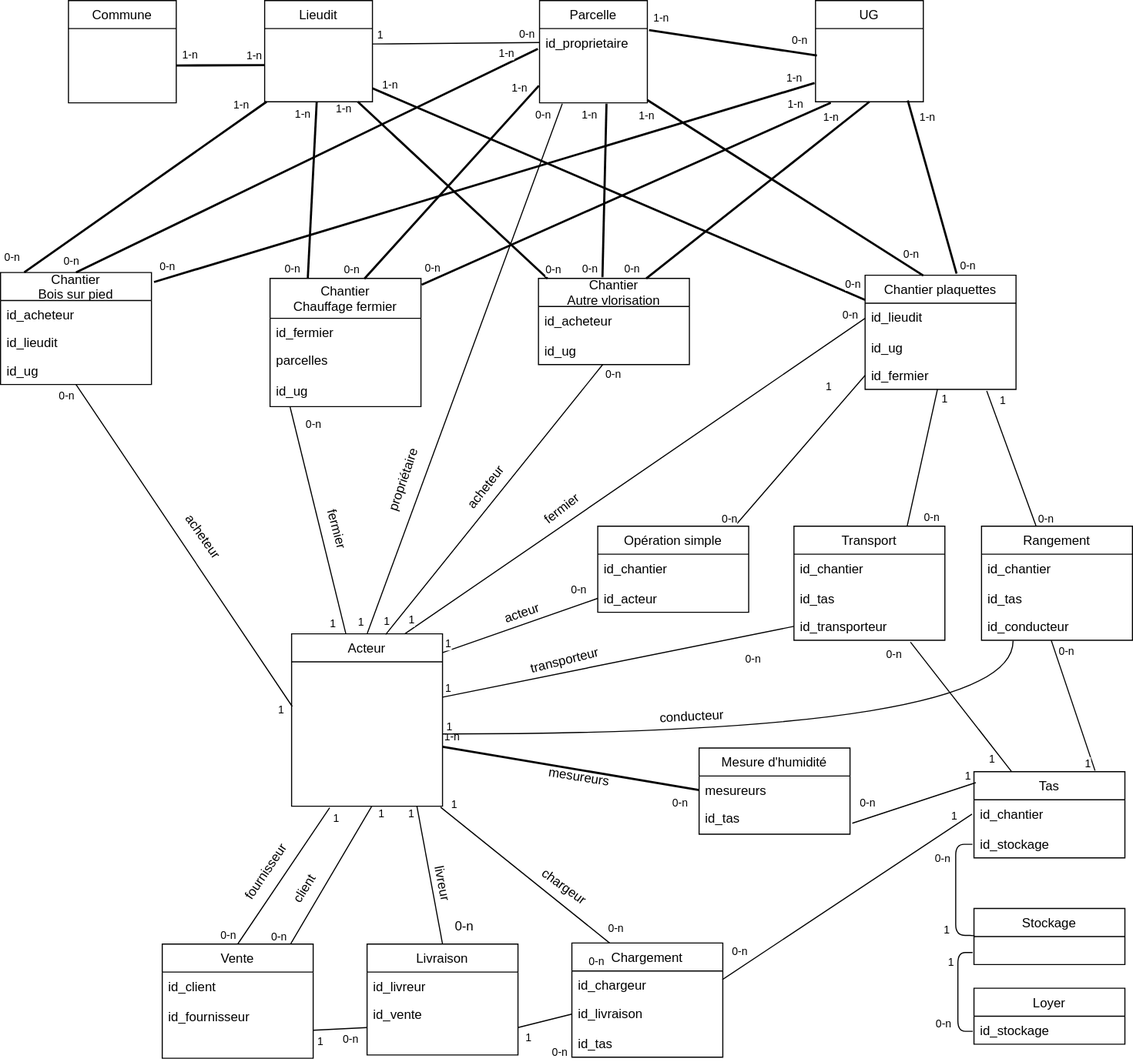
Earlier version of the draw.io export docs/mcd-bdl.svg (bdlarzac/chantiers). Source tidied: cells renumbered, new cells last; positions are measured from the earlier drawing's top-left corner, leaving out a move shared by most shapes.
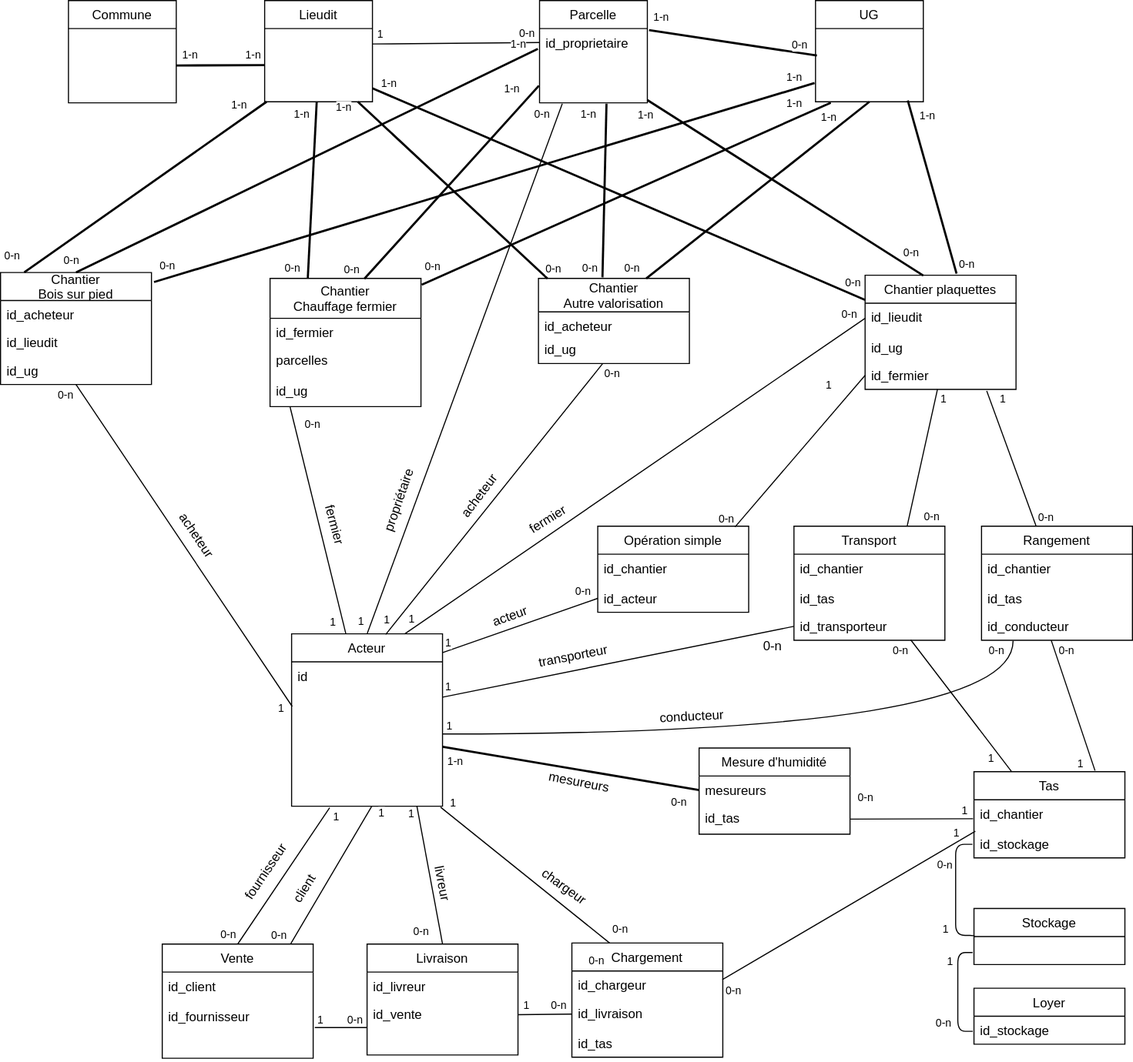
Above is the later version.

What changed in the source:
```diff
@@ -19,17 +19,16 @@
     </mxCell>
+    <mxCell id="183" value="id" style="text;strokeColor=none;fillColor=none;align=left;verticalAlign=top;spacingLeft=4;spacingRight=4;overflow=hidden;points=[[0,0.5],[1,0.5]];portConstraint=eastwest;" parent="6" vertex="1">
+      <mxGeometry y="26" width="140" height="134" as="geometry" />
+    </mxCell>
-    <mxCell id="7" value="0-n" style="text;html=1;align=center;verticalAlign=middle;" parent="1" vertex="1">
-      <mxGeometry x="415" y="850" width="30" height="20" as="geometry" />
+    <mxCell id="7" value="0-n" style="text;html=1;align=center;verticalAlign=middle;fontSize=10;" parent="1" vertex="1">
+      <mxGeometry x="377" y="856" width="25" height="16" as="geometry" />
     </mxCell>
-    <mxCell id="8" style="endArrow=none;html=1;rounded=0;exitX=1.002;exitY=0.244;exitDx=0;exitDy=0;exitPerimeter=0;entryX=0;entryY=0.5;entryDx=0;entryDy=0;" parent="1" edge="1" target="173">
-      <mxGeometry relative="1" as="geometry">
-        <mxPoint x="410.3" y="646.7" as="sourcePoint" />
-      </mxGeometry>
+    <mxCell id="8" style="endArrow=none;html=1;rounded=0;exitX=1.002;exitY=0.244;exitDx=0;exitDy=0;exitPerimeter=0;entryX=0;entryY=0.5;entryDx=0;entryDy=0;" parent="1" edge="1" source="183" target="173">
+      <mxGeometry relative="1" as="geometry" />
     </mxCell>
-    <mxCell id="9" value="0-n" style="text;html=1;align=center;verticalAlign=middle;fontSize=10;" parent="1" vertex="1">
-      <mxGeometry x="685" y="603" width="25" height="16" as="geometry" />
+    <mxCell id="9" value="0-n" style="text;html=1;align=center;verticalAlign=middle;" parent="1" vertex="1">
+      <mxGeometry x="701" y="590" width="30" height="20" as="geometry" />
     </mxCell>
-    <mxCell id="10" style="endArrow=none;html=1;rounded=0;entryX=0.5;entryY=0;entryDx=0;entryDy=0;exitX=0.83;exitY=0.999;exitDx=0;exitDy=0;exitPerimeter=0;" parent="1" edge="1" target="109">
-      <mxGeometry relative="1" as="geometry">
-        <mxPoint x="386.2" y="747.9" as="sourcePoint" />
-      </mxGeometry>
+    <mxCell id="10" style="endArrow=none;html=1;rounded=0;entryX=0.5;entryY=0;entryDx=0;entryDy=0;exitX=0.83;exitY=0.999;exitDx=0;exitDy=0;exitPerimeter=0;" parent="1" edge="1" source="183" target="109">
+      <mxGeometry relative="1" as="geometry" />
     </mxCell>
@@ -50,3 +49,3 @@
       <mxGeometry x="-1" relative="1" as="geometry">
-        <mxPoint x="-36.6" y="20.6" as="offset" />
+        <mxPoint x="-34.6" y="27.6" as="offset" />
       </mxGeometry>
@@ -58,4 +57,6 @@
     </mxCell>
-    <mxCell id="15" style="endArrow=none;html=1;strokeWidth=1;entryX=1.015;entryY=0.636;entryDx=0;entryDy=0;exitX=0.012;exitY=0.127;exitDx=0;exitDy=0;exitPerimeter=0;entryPerimeter=0;" parent="1" edge="1" source="174" target="182">
-      <mxGeometry relative="1" as="geometry" />
+    <mxCell id="15" style="endArrow=none;html=1;strokeWidth=1;entryX=1;entryY=0.5;entryDx=0;entryDy=0;exitX=-0.006;exitY=0.678;exitDx=0;exitDy=0;exitPerimeter=0;" parent="1" edge="1" target="182">
+      <mxGeometry relative="1" as="geometry">
+        <mxPoint x="902.2" y="759.6" as="sourcePoint" />
+      </mxGeometry>
     </mxCell>
@@ -100,3 +101,3 @@
       <mxGeometry x="1" relative="1" as="geometry">
-        <mxPoint x="-10.2" as="offset" />
+        <mxPoint x="-5.7" y="1.9" as="offset" />
       </mxGeometry>
@@ -129,6 +130,4 @@
     </mxCell>
-    <mxCell id="30" style="endArrow=none;html=1;entryX=0.5;entryY=1;entryDx=0;entryDy=0;exitX=0.004;exitY=0.309;exitDx=0;exitDy=0;exitPerimeter=0;" parent="1" edge="1" target="48">
-      <mxGeometry relative="1" as="geometry">
-        <mxPoint x="270.6" y="655.4" as="sourcePoint" />
-      </mxGeometry>
+    <mxCell id="30" style="endArrow=none;html=1;entryX=0.5;entryY=1;entryDx=0;entryDy=0;exitX=0.004;exitY=0.309;exitDx=0;exitDy=0;exitPerimeter=0;" parent="1" edge="1" source="183" target="48">
+      <mxGeometry relative="1" as="geometry" />
     </mxCell>
@@ -253,9 +252,7 @@
       <mxGeometry x="1" relative="1" as="geometry">
-        <mxPoint x="-10.3" y="9.8" as="offset" />
+        <mxPoint x="-16.5" y="11.3" as="offset" />
       </mxGeometry>
     </mxCell>
-    <mxCell id="58" style="endArrow=none;html=1;strokeWidth=2;entryX=0;entryY=0.5;entryDx=0;entryDy=0;" parent="1" edge="1" target="181">
-      <mxGeometry relative="1" as="geometry">
-        <mxPoint x="410" y="692.8" as="sourcePoint" />
-      </mxGeometry>
+    <mxCell id="58" style="endArrow=none;html=1;strokeWidth=2;entryX=0;entryY=0.5;entryDx=0;entryDy=0;" parent="1" edge="1" source="183" target="181">
+      <mxGeometry relative="1" as="geometry" />
     </mxCell>
@@ -263,3 +260,3 @@
       <mxGeometry x="-1" relative="1" as="geometry">
-        <mxPoint y="-2" as="offset" />
+        <mxPoint x="3" y="22.2" as="offset" />
       </mxGeometry>
@@ -271,3 +268,3 @@
     </mxCell>
-    <mxCell id="61" style="endArrow=none;html=1;strokeWidth=1;entryX=0.911;entryY=-0.006;entryDx=0;entryDy=0;entryPerimeter=0;exitX=0;exitY=0.5;exitDx=0;exitDy=0;" parent="1" edge="1" source="118" target="167">
+    <mxCell id="61" style="endArrow=none;html=1;strokeWidth=1;entryX=0.91;entryY=0.008;entryDx=0;entryDy=0;entryPerimeter=0;exitX=0;exitY=0.5;exitDx=0;exitDy=0;" parent="1" edge="1" source="118" target="167">
       <mxGeometry relative="1" as="geometry" />
@@ -276,3 +273,3 @@
       <mxGeometry x="1" relative="1" as="geometry">
-        <mxPoint x="2.6" y="0.6" as="offset" />
+        <mxPoint x="0.6" y="0.6" as="offset" />
       </mxGeometry>
@@ -310,3 +307,3 @@
     </mxCell>
-    <mxCell id="70" style="endArrow=none;html=1;strokeWidth=1;entryX=0.25;entryY=0;entryDx=0;entryDy=0;exitX=0.772;exitY=1.062;exitDx=0;exitDy=0;exitPerimeter=0;" parent="1" edge="1" source="173" target="174">
+    <mxCell id="70" style="endArrow=none;html=1;strokeWidth=1;entryX=0.25;entryY=0;entryDx=0;entryDy=0;exitX=0.774;exitY=0.985;exitDx=0;exitDy=0;exitPerimeter=0;" parent="1" edge="1" source="173" target="174">
       <mxGeometry relative="1" as="geometry" />
@@ -320,3 +317,3 @@
       <mxGeometry x="-1" relative="1" as="geometry">
-        <mxPoint x="-24.1" y="19.4" as="offset" />
+        <mxPoint x="-18.4" y="18.4" as="offset" />
       </mxGeometry>
@@ -333,6 +330,6 @@
       <mxGeometry x="1" relative="1" as="geometry">
-        <mxPoint x="-3" y="1" as="offset" />
+        <mxPoint x="-9.3" y="2" as="offset" />
       </mxGeometry>
     </mxCell>
-    <mxCell id="76" style="endArrow=none;html=1;strokeWidth=1;exitX=0.997;exitY=0.309;exitDx=0;exitDy=0;entryX=-0.013;entryY=0.476;entryDx=0;entryDy=0;entryPerimeter=0;exitPerimeter=0;" parent="1" edge="1" target="175">
+    <mxCell id="76" style="endArrow=none;html=1;strokeWidth=1;exitX=0.997;exitY=0.309;exitDx=0;exitDy=0;entryX=0.009;entryY=1.044;entryDx=0;entryDy=0;entryPerimeter=0;exitPerimeter=0;" parent="1" edge="1" target="175">
       <mxGeometry relative="1" as="geometry">
@@ -343,3 +340,3 @@
       <mxGeometry x="-1" relative="1" as="geometry">
-        <mxPoint x="7.4" y="-18" as="offset" />
+        <mxPoint x="1.2" y="18.9" as="offset" />
       </mxGeometry>
@@ -348,6 +345,6 @@
       <mxGeometry x="1" relative="1" as="geometry">
-        <mxPoint x="-13.1" y="9.7" as="offset" />
+        <mxPoint x="-13.5" y="9.9" as="offset" />
       </mxGeometry>
     </mxCell>
-    <mxCell id="79" style="endArrow=none;html=1;strokeWidth=1;entryX=1;entryY=0.5;entryDx=0;entryDy=0;exitX=0;exitY=0.5;exitDx=0;exitDy=0;" parent="1" edge="1" source="107" target="111">
+    <mxCell id="79" style="endArrow=none;html=1;strokeWidth=1;entryX=1.002;entryY=0.265;entryDx=0;entryDy=0;exitX=0;exitY=0.5;exitDx=0;exitDy=0;entryPerimeter=0;" parent="1" edge="1" source="107" target="111">
       <mxGeometry relative="1" as="geometry" />
@@ -356,3 +353,3 @@
       <mxGeometry x="-1" relative="1" as="geometry">
-        <mxPoint x="32" y="-72" as="offset" />
+        <mxPoint x="36" y="-70" as="offset" />
       </mxGeometry>
@@ -361,6 +358,6 @@
       <mxGeometry x="1" relative="1" as="geometry">
-        <mxPoint x="13.3" y="17" as="offset" />
+        <mxPoint x="10.7" y="0.5" as="offset" />
       </mxGeometry>
     </mxCell>
-    <mxCell id="82" style="endArrow=none;html=1;strokeWidth=1;exitX=0;exitY=0.5;exitDx=0;exitDy=0;entryX=1;entryY=0.5;entryDx=0;entryDy=0;" parent="1" edge="1" source="111" target="114">
+    <mxCell id="82" style="endArrow=none;html=1;strokeWidth=1;exitX=0;exitY=0.5;exitDx=0;exitDy=0;entryX=1.011;entryY=0.452;entryDx=0;entryDy=0;entryPerimeter=0;" parent="1" edge="1" source="111" target="114">
       <mxGeometry relative="1" as="geometry" />
@@ -369,3 +366,3 @@
       <mxGeometry x="-1" relative="1" as="geometry">
-        <mxPoint x="-24" y="18" as="offset" />
+        <mxPoint x="-20" y="1.5" as="offset" />
       </mxGeometry>
@@ -374,9 +371,7 @@
       <mxGeometry x="1" relative="1" as="geometry">
-        <mxPoint x="10.3" y="18" as="offset" />
+        <mxPoint x="9.3" y="1.5" as="offset" />
       </mxGeometry>
     </mxCell>
-    <mxCell id="85" style="endArrow=none;html=1;strokeWidth=1;exitX=0.25;exitY=0;exitDx=0;exitDy=0;entryX=0.987;entryY=1.007;entryDx=0;entryDy=0;entryPerimeter=0;" parent="1" edge="1" source="105">
-      <mxGeometry relative="1" as="geometry">
-        <mxPoint x="408.2" y="748.9" as="targetPoint" />
-      </mxGeometry>
+    <mxCell id="85" style="endArrow=none;html=1;strokeWidth=1;exitX=0.25;exitY=0;exitDx=0;exitDy=0;entryX=0.987;entryY=1.007;entryDx=0;entryDy=0;entryPerimeter=0;" parent="1" edge="1" source="105" target="183">
+      <mxGeometry relative="1" as="geometry" />
     </mxCell>
@@ -392,6 +387,4 @@
     </mxCell>
-    <mxCell id="88" style="endArrow=none;html=1;strokeWidth=1;entryX=0.5;entryY=0;entryDx=0;entryDy=0;exitX=0.252;exitY=1.011;exitDx=0;exitDy=0;exitPerimeter=0;" parent="1" edge="1" target="112">
-      <mxGeometry relative="1" as="geometry">
-        <mxPoint x="305.3" y="749.5" as="sourcePoint" />
-      </mxGeometry>
+    <mxCell id="88" style="endArrow=none;html=1;strokeWidth=1;entryX=0.5;entryY=0;entryDx=0;entryDy=0;exitX=0.252;exitY=1.011;exitDx=0;exitDy=0;exitPerimeter=0;" parent="1" edge="1" source="183" target="112">
+      <mxGeometry relative="1" as="geometry" />
     </mxCell>
@@ -407,5 +400,4 @@
     </mxCell>
-    <mxCell id="91" style="endArrow=none;html=1;strokeWidth=1;exitX=1;exitY=0.5;exitDx=0;exitDy=0;entryX=0.209;entryY=1.022;entryDx=0;entryDy=0;edgeStyle=orthogonalEdgeStyle;curved=1;entryPerimeter=0;" parent="1" edge="1" target="104">
+    <mxCell id="91" style="endArrow=none;html=1;strokeWidth=1;exitX=1;exitY=0.5;exitDx=0;exitDy=0;entryX=0.209;entryY=1.022;entryDx=0;entryDy=0;edgeStyle=orthogonalEdgeStyle;curved=1;entryPerimeter=0;" parent="1" edge="1" source="183" target="104">
       <mxGeometry relative="1" as="geometry">
-        <mxPoint x="410" y="681" as="sourcePoint" />
         <Array as="points">
@@ -415,6 +407,4 @@
     </mxCell>
-    <mxCell id="92" style="endArrow=none;html=1;strokeWidth=1;entryX=0.852;entryY=-0.004;entryDx=0;entryDy=0;exitX=0.532;exitY=0.999;exitDx=0;exitDy=0;exitPerimeter=0;entryPerimeter=0;" parent="1" edge="1" target="112">
-      <mxGeometry relative="1" as="geometry">
-        <mxPoint x="344.5" y="747.9" as="sourcePoint" />
-      </mxGeometry>
+    <mxCell id="92" style="endArrow=none;html=1;strokeWidth=1;entryX=0.852;entryY=-0.004;entryDx=0;entryDy=0;exitX=0.532;exitY=0.999;exitDx=0;exitDy=0;exitPerimeter=0;entryPerimeter=0;" parent="1" edge="1" source="183" target="112">
+      <mxGeometry relative="1" as="geometry" />
     </mxCell>
@@ -452,3 +442,3 @@
     <mxCell id="100" value="0-n" style="html=1;align=left;verticalAlign=bottom;labelBackgroundColor=#ffffff;fontSize=10;" parent="1" vertex="1">
-      <mxGeometry x="509" y="970" as="geometry">
+      <mxGeometry x="508" y="928" as="geometry">
         <mxPoint x="1" y="14" as="offset" />
@@ -522,3 +512,3 @@
       <mxGeometry x="1" relative="1" as="geometry">
-        <mxPoint x="-9.1" y="-6.1" as="offset" />
+        <mxPoint x="-8" y="-2" as="offset" />
       </mxGeometry>
@@ -541,4 +531,4 @@
     </mxCell>
-    <mxCell id="125" value="mesureurs" style="text;html=1;strokeColor=none;fillColor=none;align=center;verticalAlign=middle;whiteSpace=wrap;rounded=0;rotation=9;" parent="1" vertex="1">
-      <mxGeometry x="504" y="711" width="66" height="20" as="geometry" />
+    <mxCell id="125" value="mesureurs" style="text;html=1;strokeColor=none;fillColor=none;align=center;verticalAlign=middle;whiteSpace=wrap;rounded=0;rotation=11;" parent="1" vertex="1">
+      <mxGeometry x="504" y="716" width="66" height="20" as="geometry" />
     </mxCell>
@@ -556,7 +546,7 @@
     </mxCell>
-    <mxCell id="130" value="acheteur" style="text;html=1;strokeColor=none;fillColor=none;align=center;verticalAlign=middle;whiteSpace=wrap;rounded=0;rotation=55;" parent="1" vertex="1">
-      <mxGeometry x="155" y="488" width="66" height="20" as="geometry" />
+    <mxCell id="130" value="acheteur" style="text;html=1;strokeColor=none;fillColor=none;align=center;verticalAlign=middle;whiteSpace=wrap;rounded=0;rotation=56;" parent="1" vertex="1">
+      <mxGeometry x="149" y="487" width="66" height="20" as="geometry" />
     </mxCell>
     <mxCell id="131" value="fermier" style="text;html=1;strokeColor=none;fillColor=none;align=center;verticalAlign=middle;whiteSpace=wrap;rounded=0;rotation=75;" parent="1" vertex="1">
-      <mxGeometry x="279" y="481" width="66" height="20" as="geometry" />
+      <mxGeometry x="277" y="477" width="66" height="20" as="geometry" />
     </mxCell>
@@ -565,25 +555,25 @@
     </mxCell>
-    <mxCell id="133" value="transporteur" style="text;html=1;strokeColor=none;fillColor=none;align=center;verticalAlign=middle;whiteSpace=wrap;rounded=0;rotation=346;" parent="1" vertex="1">
-      <mxGeometry x="493" y="603" width="61" height="20" as="geometry" />
+    <mxCell id="133" value="transporteur" style="text;html=1;strokeColor=none;fillColor=none;align=center;verticalAlign=middle;whiteSpace=wrap;rounded=0;rotation=349;" parent="1" vertex="1">
+      <mxGeometry x="501" y="599" width="61" height="20" as="geometry" />
     </mxCell>
-    <mxCell id="134" value="Chantier&#10;Autre vlorisation" style="swimlane;fontStyle=0;horizontal=1;startSize=26;fillColor=none;" parent="1" vertex="1">
-      <mxGeometry x="499" y="258" width="140" height="80" as="geometry" />
+    <mxCell id="134" value="Chantier&#10;Autre valorisation" style="swimlane;fontStyle=0;horizontal=1;startSize=31;fillColor=none;" parent="1" vertex="1">
+      <mxGeometry x="499" y="258" width="140" height="79" as="geometry" />
     </mxCell>
     <mxCell id="135" value="id_acheteur" style="text;strokeColor=none;fillColor=none;align=left;verticalAlign=top;spacingLeft=4;spacingRight=4;overflow=hidden;" parent="134" vertex="1">
-      <mxGeometry y="26" width="140" height="28" as="geometry" />
+      <mxGeometry y="31" width="140" height="22" as="geometry" />
     </mxCell>
     <mxCell id="136" value="id_ug" style="text;strokeColor=none;fillColor=none;align=left;verticalAlign=top;spacingLeft=4;spacingRight=4;overflow=hidden;points=[[0,0.5],[1,0.5]];portConstraint=eastwest;" parent="134" vertex="1">
-      <mxGeometry y="54" width="140" height="26" as="geometry" />
+      <mxGeometry y="53" width="140" height="26" as="geometry" />
     </mxCell>
-    <mxCell id="137" value="acheteur" style="text;html=1;strokeColor=none;fillColor=none;align=center;verticalAlign=middle;whiteSpace=wrap;rounded=0;rotation=308;" parent="1" vertex="1">
-      <mxGeometry x="422" y="442" width="57" height="20" as="geometry" />
+    <mxCell id="137" value="acheteur" style="text;html=1;strokeColor=none;fillColor=none;align=center;verticalAlign=middle;whiteSpace=wrap;rounded=0;rotation=307;" parent="1" vertex="1">
+      <mxGeometry x="416" y="450" width="57" height="20" as="geometry" />
     </mxCell>
-    <mxCell id="138" value="fermier" style="text;html=1;strokeColor=none;fillColor=none;align=center;verticalAlign=middle;whiteSpace=wrap;rounded=0;rotation=322;" parent="1" vertex="1">
-      <mxGeometry x="488" y="462" width="66" height="20" as="geometry" />
+    <mxCell id="138" value="fermier" style="text;html=1;strokeColor=none;fillColor=none;align=center;verticalAlign=middle;whiteSpace=wrap;rounded=0;rotation=328;" parent="1" vertex="1">
+      <mxGeometry x="475" y="472" width="66" height="20" as="geometry" />
     </mxCell>
     <mxCell id="139" value="propriétaire" style="text;html=1;strokeColor=none;fillColor=none;align=center;verticalAlign=middle;whiteSpace=wrap;rounded=0;rotation=289;" parent="1" vertex="1">
-      <mxGeometry x="341" y="435" width="66" height="20" as="geometry" />
+      <mxGeometry x="337" y="454" width="66" height="20" as="geometry" />
     </mxCell>
-    <mxCell id="140" value="acteur" style="text;html=1;strokeColor=none;fillColor=none;align=center;verticalAlign=middle;whiteSpace=wrap;rounded=0;rotation=341;" parent="1" vertex="1">
-      <mxGeometry x="464" y="559" width="40" height="20" as="geometry" />
+    <mxCell id="140" value="acteur" style="text;html=1;strokeColor=none;fillColor=none;align=center;verticalAlign=middle;whiteSpace=wrap;rounded=0;rotation=340;" parent="1" vertex="1">
+      <mxGeometry x="453" y="562" width="40" height="20" as="geometry" />
     </mxCell>
@@ -640,3 +630,3 @@
       <mxGeometry x="1" relative="1" as="geometry">
-        <mxPoint x="-22.2" y="12" as="offset" />
+        <mxPoint x="-9.6" y="4.1" as="offset" />
       </mxGeometry>
@@ -751,2 +741,7 @@
     </mxCell>
+    <mxCell id="184" value="0-n" style="html=1;align=left;verticalAlign=bottom;labelBackgroundColor=#ffffff;fontSize=10;" parent="1" vertex="1">
+      <mxGeometry x="939" y="592" as="geometry">
+        <mxPoint x="-24.1" y="19.4" as="offset" />
+      </mxGeometry>
+    </mxCell>
   </root>
```
